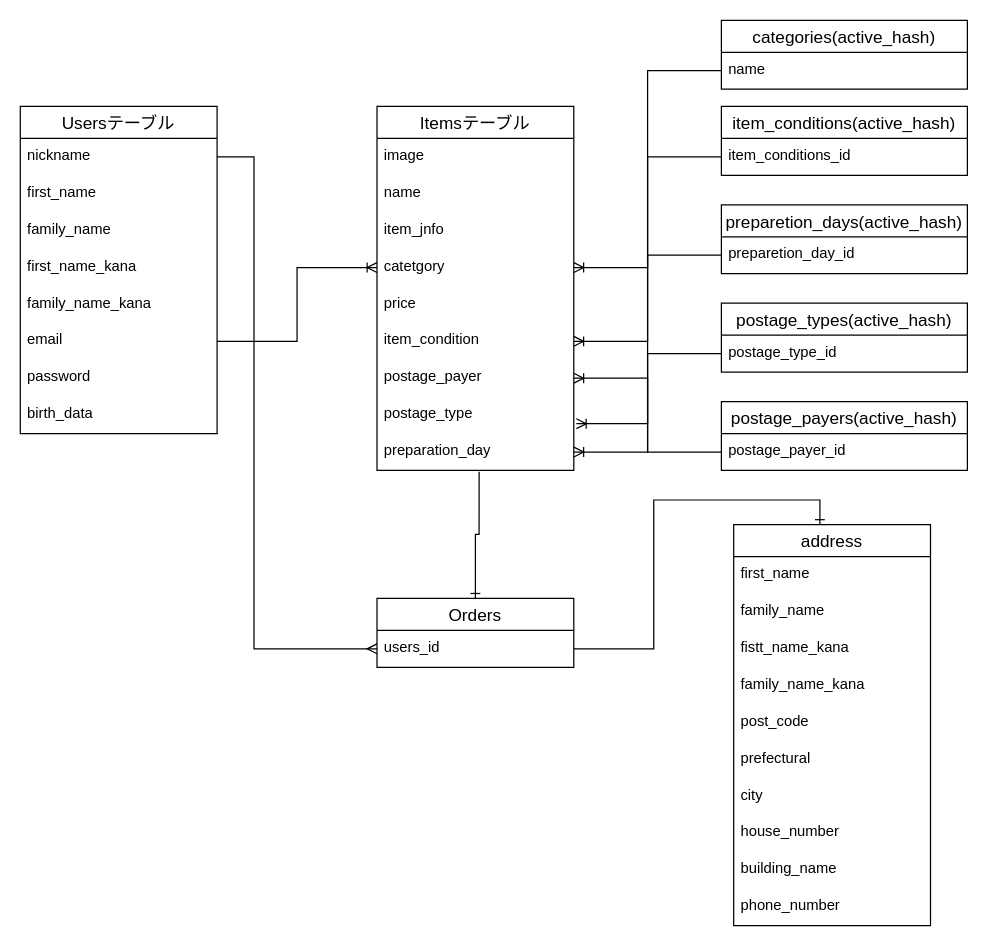
KIMIHARU-TAKEUCHI/furima-34253 keeps this draw.io diagram as furima.dio. Above is the earlier version. Source tidied: cells renumbered, new cells numbered last; positions are measured from the earlier drawing's top-left corner, leaving out a move shared by most shapes. Both pictures are drawn from the tidied source at 123%, with x=0, y=0 at pixel (20, 20).
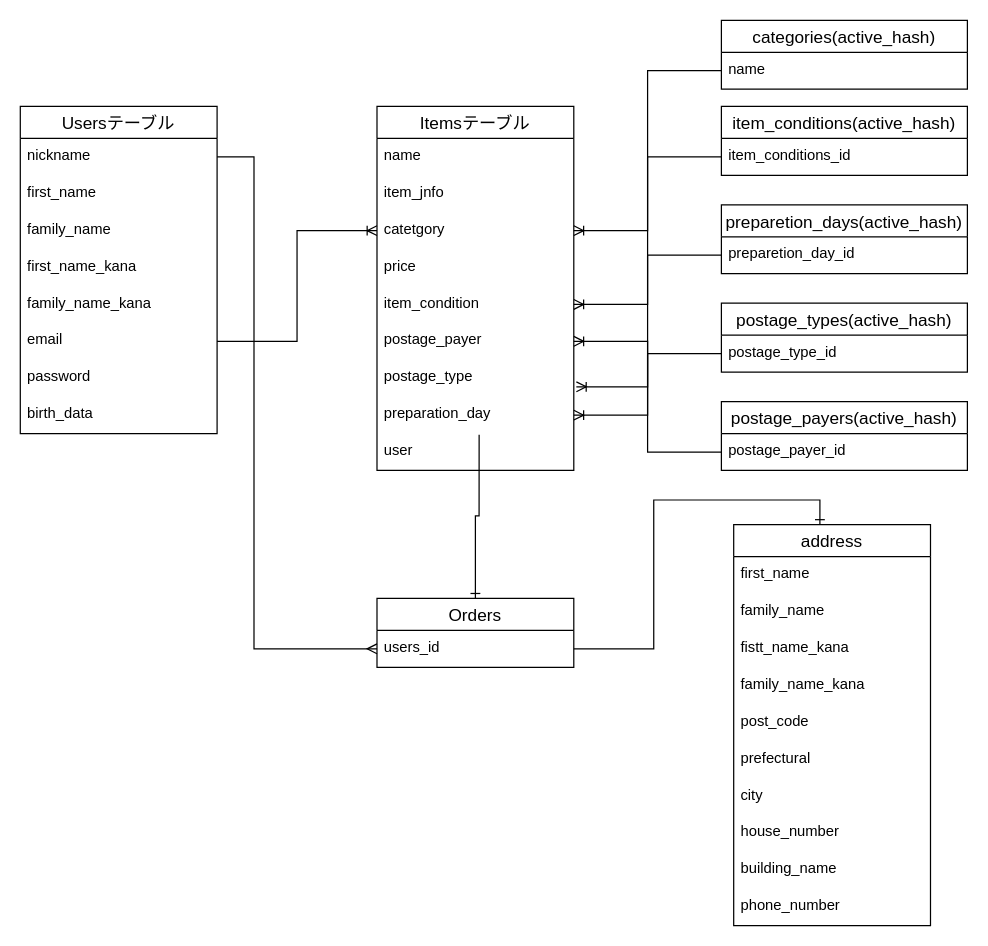
The same diagram, later.

Unchanged cells that the change refers to:
```xml
<mxCell id="11" value="Itemsテーブル" style="swimlane;fontStyle=0;horizontal=1;startSize=26;align=center;fontSize=14;" parent="1" vertex="1">
  <mxGeometry x="290" y="70" width="160" height="296" as="geometry" />
</mxCell>
```

What changed in the source:
```diff
@@
-    <mxCell id="12" value="image" style="text;strokeColor=none;fillColor=none;spacingLeft=4;spacingRight=4;overflow=hidden;fontSize=12;" parent="11" vertex="1">
-      <mxGeometry y="26" width="160" height="30" as="geometry" />
-    </mxCell>
     <mxCell id="13" value="name" style="text;strokeColor=none;fillColor=none;spacingLeft=4;spacingRight=4;overflow=hidden;fontSize=12;" parent="11" vertex="1">
-      <mxGeometry y="56" width="160" height="30" as="geometry" />
+      <mxGeometry y="26" width="160" height="30" as="geometry" />
     </mxCell>
     <mxCell id="14" value="item_jnfo" style="text;strokeColor=none;fillColor=none;spacingLeft=4;spacingRight=4;overflow=hidden;fontSize=12;" parent="11" vertex="1">
-      <mxGeometry y="86" width="160" height="30" as="geometry" />
+      <mxGeometry y="56" width="160" height="30" as="geometry" />
     </mxCell>
     <mxCell id="15" value="catetgory" style="text;strokeColor=none;fillColor=none;spacingLeft=4;spacingRight=4;overflow=hidden;points=[[0,0.5],[1,0.5]];portConstraint=eastwest;fontSize=12;" parent="11" vertex="1">
-      <mxGeometry y="116" width="160" height="30" as="geometry" />
+      <mxGeometry y="86" width="160" height="30" as="geometry" />
     </mxCell>
     <mxCell id="16" value="price" style="text;strokeColor=none;fillColor=none;spacingLeft=4;spacingRight=4;overflow=hidden;fontSize=12;" parent="11" vertex="1">
-      <mxGeometry y="146" width="160" height="30" as="geometry" />
+      <mxGeometry y="116" width="160" height="30" as="geometry" />
     </mxCell>
     <mxCell id="17" value="item_condition" style="text;strokeColor=none;fillColor=none;spacingLeft=4;spacingRight=4;overflow=hidden;points=[[0,0.5],[1,0.5]];portConstraint=eastwest;fontSize=12;" parent="11" vertex="1">
-      <mxGeometry y="176" width="160" height="30" as="geometry" />
+      <mxGeometry y="146" width="160" height="30" as="geometry" />
     </mxCell>
     <mxCell id="18" value="postage_payer" style="text;strokeColor=none;fillColor=none;spacingLeft=4;spacingRight=4;overflow=hidden;points=[[0,0.5],[1,0.5]];portConstraint=eastwest;fontSize=12;" parent="11" vertex="1">
-      <mxGeometry y="206" width="160" height="30" as="geometry" />
+      <mxGeometry y="176" width="160" height="30" as="geometry" />
     </mxCell>
     <mxCell id="19" value="postage_type" style="text;strokeColor=none;fillColor=none;spacingLeft=4;spacingRight=4;overflow=hidden;points=[[0,0.5],[1,0.5]];portConstraint=eastwest;fontSize=12;" parent="11" vertex="1">
-      <mxGeometry y="236" width="160" height="30" as="geometry" />
+      <mxGeometry y="206" width="160" height="30" as="geometry" />
     </mxCell>
     <mxCell id="20" value="preparation_day" style="text;strokeColor=none;fillColor=none;spacingLeft=4;spacingRight=4;overflow=hidden;points=[[0,0.5],[1,0.5]];portConstraint=eastwest;fontSize=12;" parent="11" vertex="1">
-      <mxGeometry y="266" width="160" height="30" as="geometry" />
+      <mxGeometry y="236" width="160" height="30" as="geometry" />
     </mxCell>
+    <mxCell id="53" value="user" style="text;strokeColor=none;fillColor=none;spacingLeft=4;spacingRight=4;overflow=hidden;fontSize=12;" parent="11" vertex="1">
+      <mxGeometry y="266" width="160" height="30" as="geometry" />
+    </mxCell>
```
